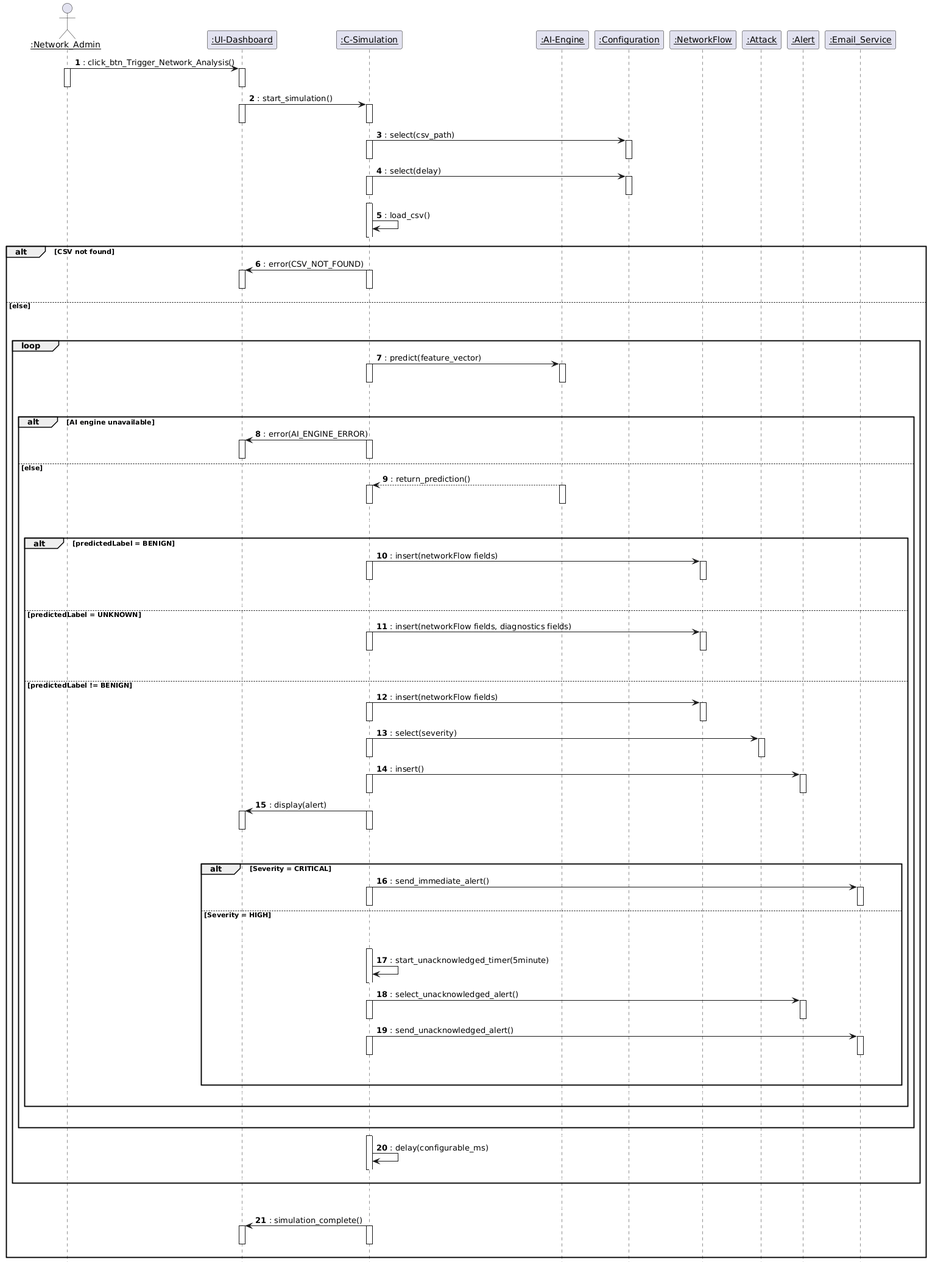
The PlantUML diagram diagrams/SeqD_trigger_network_analysis.png in Amira-BOUAFIF/pfe-nids-report, before a commit. The source it was exported from:
```plantuml
@startuml
autonumber
hide circle

skinparam sequenceParticipant underline



actor ":Network_Admin" as Admin
participant ":UI-Dashboard" as UI
participant ":C-Simulation" as Sim
participant ":AI-Engine" as AI
participant ":Configuration" as Config
participant ":NetworkFlow" as NF
participant ":Attack" as AttackE
participant ":Alert" as AlertE
participant ":Email_Service" as Email

Admin -> UI :: click_btn_Trigger_Network_Analysis()
activate Admin
activate UI
deactivate Admin
deactivate UI

UI -> Sim :: start_simulation()
activate UI
activate Sim
deactivate UI
deactivate Sim

Sim -> Config :: select(csv_path)
        activate Sim
        activate Config
        deactivate Sim
        deactivate Config

Sim -> Config :: select(delay)
        activate Sim
        activate Config
        deactivate Sim
        deactivate Config



autonumber stop
Sim -[#white]>
autonumber resume
activate Sim
Sim -> Sim :: load_csv()
autonumber stop
Sim -[#white]>
autonumber resume
deactivate Sim

alt CSV not found
    Sim -> UI :: error(CSV_NOT_FOUND)
    activate Sim
    activate UI
    deactivate Sim
    deactivate UI

    autonumber stop
    UI -[#white]> AlertE
    autonumber resume


else else

autonumber stop
UI -[#white]> AlertE
autonumber resume
autonumber stop
UI -[#white]> AlertE
autonumber resume
autonumber stop
UI -[#white]> AlertE
        autonumber resume
    loop

        Sim -> AI :: predict(feature_vector)
        activate Sim
        activate AI
        deactivate Sim
        deactivate AI

        autonumber stop
        UI -[#white]> AlertE
        autonumber resume
        autonumber stop
        UI -[#white]> AlertE
        autonumber resume
        autonumber stop
        UI -[#white]> AlertE
        autonumber resume

        alt AI engine unavailable

            Sim -> UI :: error(AI_ENGINE_ERROR)
            activate Sim
            activate UI
            deactivate Sim
            deactivate UI

        else else

            AI --> Sim :: return_prediction()
            activate AI
            activate Sim
            deactivate AI
            deactivate Sim

            autonumber stop
            UI -[#white]> AlertE
            autonumber resume
            autonumber stop
            UI -[#white]> AlertE
            autonumber resume
            autonumber stop
            UI -[#white]> AlertE
            autonumber resume

            alt predictedLabel = BENIGN

                Sim -> NF :: insert(networkFlow fields)
                activate Sim
                activate NF
                deactivate Sim
                deactivate NF
                autonumber stop
                UI -[#white]> AlertE
                autonumber resume
                autonumber stop
                UI -[#white]> AlertE
                autonumber resume
                autonumber stop
                UI -[#white]> AlertE
                autonumber resume

            else predictedLabel = UNKNOWN

                Sim -> NF :: insert(networkFlow fields, diagnostics fields)
                activate Sim
                activate NF
                deactivate Sim
                deactivate NF
                autonumber stop
                UI -[#white]> AlertE
                autonumber resume
                autonumber stop
                UI -[#white]> AlertE
                autonumber resume
                autonumber stop
                UI -[#white]> AlertE
                autonumber resume

            else predictedLabel != BENIGN

                Sim -> NF :: insert(networkFlow fields)
                activate Sim
                activate NF
                deactivate Sim
                deactivate NF

                Sim -> AttackE :: select(severity)
                activate Sim
                activate AttackE
                deactivate Sim
                deactivate AttackE

                Sim -> AlertE :: insert()
                activate Sim
                activate AlertE
                deactivate Sim
                deactivate AlertE

                Sim -> UI :: display(alert)
                activate Sim
                activate UI
                deactivate Sim
                deactivate UI
                autonumber stop
                UI -[#white]> AlertE
                autonumber resume
                autonumber stop
                UI -[#white]> AlertE
                autonumber resume
                autonumber stop
                UI -[#white]> AlertE
                autonumber resume

                alt Severity = CRITICAL

                    Sim -> Email :: send_immediate_alert()
                    activate Sim
                    activate Email
                    deactivate Sim
                    deactivate Email

                else Severity = HIGH
                    autonumber stop
                    UI -[#white]> AlertE
                    autonumber resume
                    autonumber stop
                    UI -[#white]> AlertE
                    autonumber resume
                    autonumber stop
                    UI -[#white]> AlertE
                    autonumber resume


                    autonumber stop
                    Sim -[#white]> NF
                    autonumber resume
                    activate Sim
                    Sim -> Sim :: start_unacknowledged_timer(5minute)
                    autonumber stop
                    Sim -[#white]> NF
                    autonumber resume
                    deactivate Sim

                    Sim -> AlertE :: select_unacknowledged_alert()
                    activate Sim
                    activate AlertE
                    deactivate Sim
                    deactivate AlertE

                    Sim -> Email :: send_unacknowledged_alert()
                    activate Sim
                    activate Email
                    deactivate Sim
                    deactivate Email

                    autonumber stop
                    UI -[#white]> NF
                    autonumber resume
                    autonumber stop
                    Sim -[#white]> AttackE

                   autonumber resume
                   autonumber stop
                   Sim -[#white]> AttackE

                end

                autonumber resume
                autonumber stop
                Admin -[#white]> AttackE

                autonumber resume
                autonumber stop
                Admin -[#white]> AttackE

            end


            autonumber stop
            Admin -[#white]> AttackE

           autonumber stop
           UI -[#white]> AlertE
           autonumber resume
           autonumber stop


        end


        autonumber stop
        Sim -[#white]> AlertE
        autonumber resume
        activate Sim
        Sim -> Sim :: delay(configurable_ms)
        autonumber stop
        Sim -[#white]> AlertE
        autonumber resume
        deactivate Sim
        autonumber stop
        Admin -[#white]> AlertE


    end

    autonumber resume
    autonumber stop
    UI -[#white]> AlertE
    autonumber resume
    autonumber stop
    UI -[#white]> AlertE
    autonumber resume
    autonumber stop
    UI -[#white]> AlertE
    autonumber resume

    Sim -> UI :: simulation_complete()
    activate Sim
    activate UI
    deactivate Sim
    deactivate UI

autonumber stop
Admin -[#white]> UI
end
@enduml
```
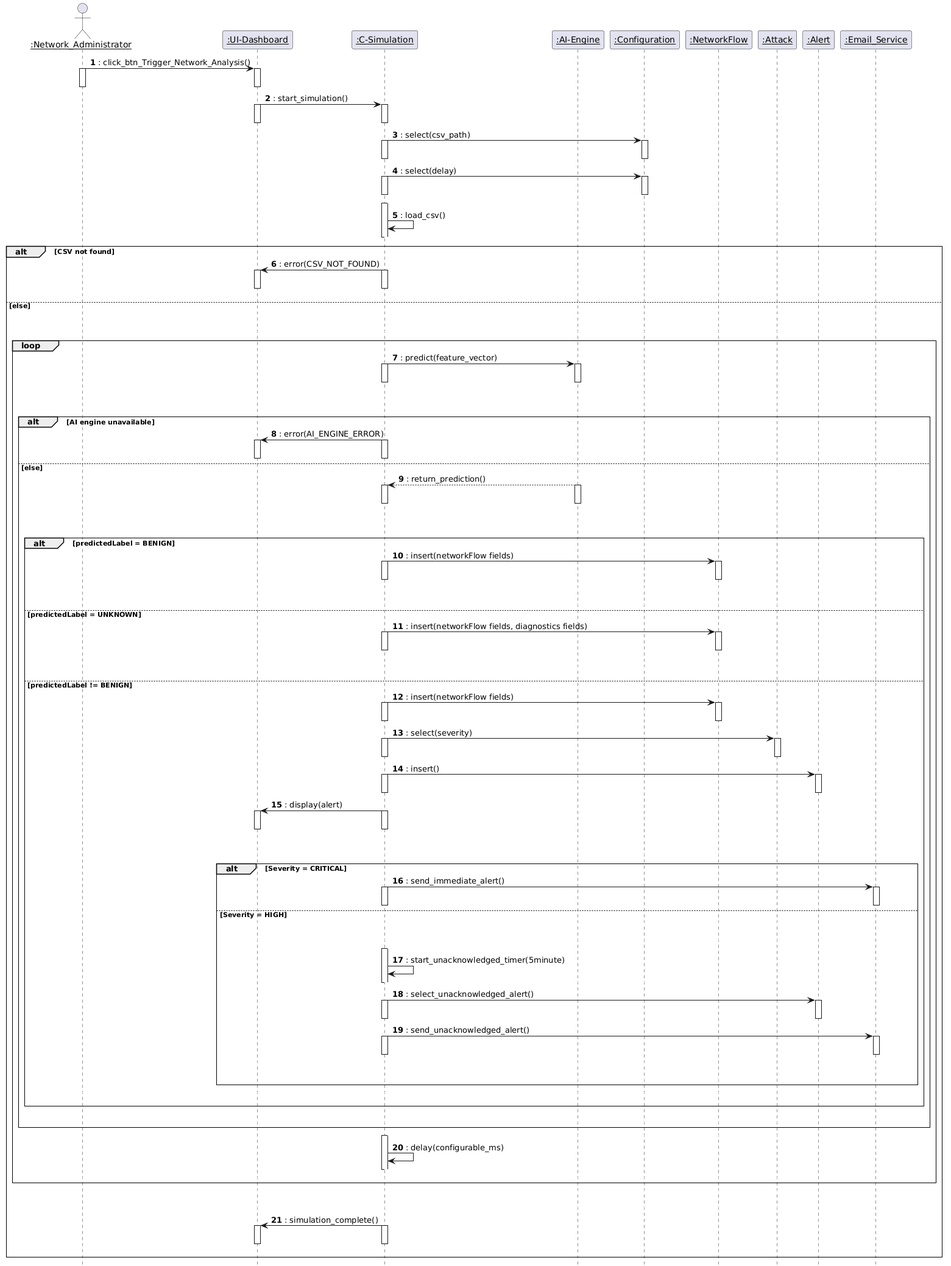
After the commit.

What changed in the source:
```diff
@@ -3,10 +3,10 @@
 hide circle
 
 skinparam sequenceParticipant underline
+skinparam sequenceGroupBorderThickness 1
 
 
-
-actor ":Network_Admin" as Admin
+actor ":Network_Administrator" as Admin
 participant ":UI-Dashboard" as UI
 participant ":C-Simulation" as Sim
 participant ":AI-Engine" as AI
```
